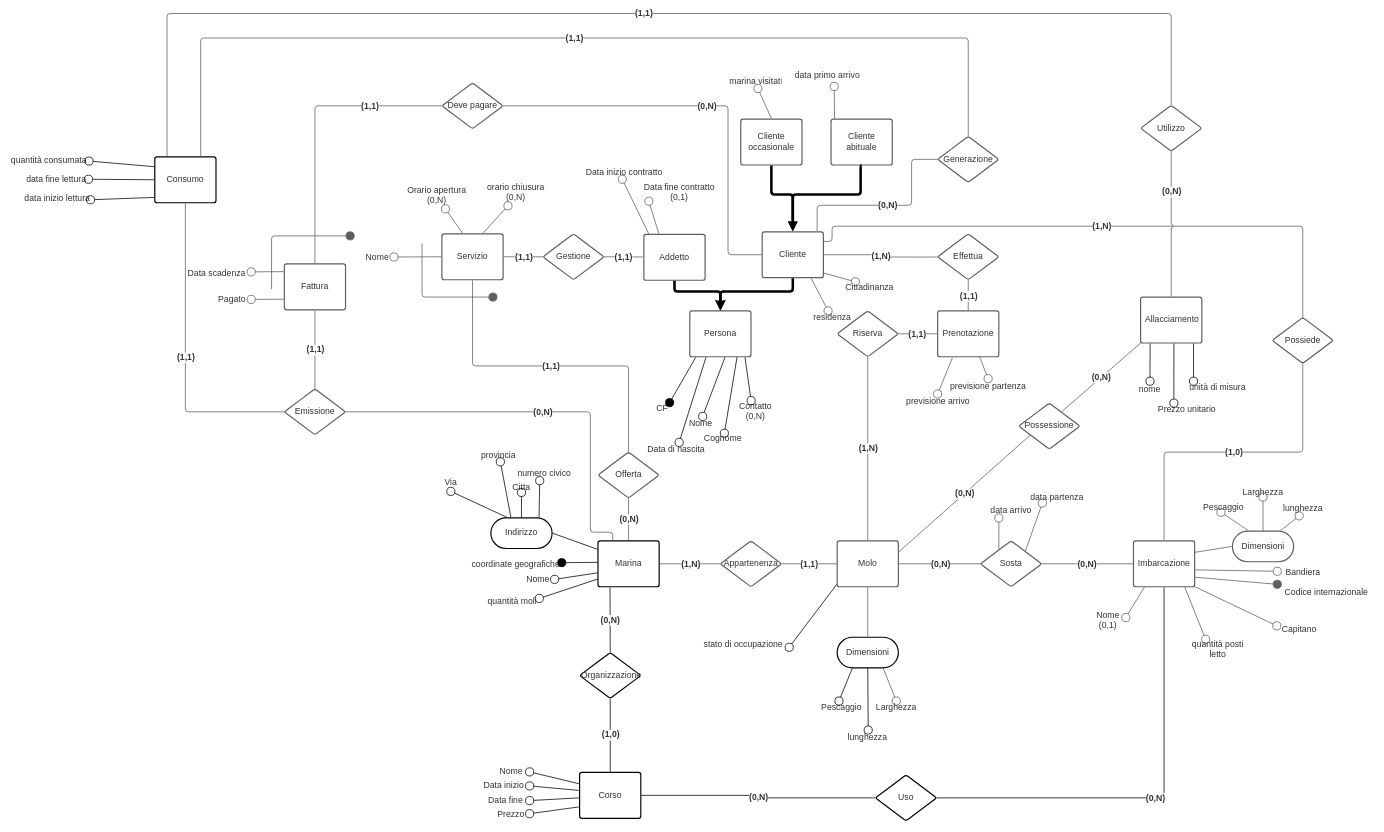
The draw.io diagram page "Concettuale" (1 of 3) of src_relazione_tex/Er.drawio in alessandro-massarenti/Progetto-basi-di-dati-2022, before the edit. Source tidied: cells renumbered, new cells numbered last; positions are measured from the earlier drawing's top-left corner, leaving out a move shared by most shapes. Both pictures are drawn from the tidied source at 51%, with x=0, y=0 at pixel (9, 13).
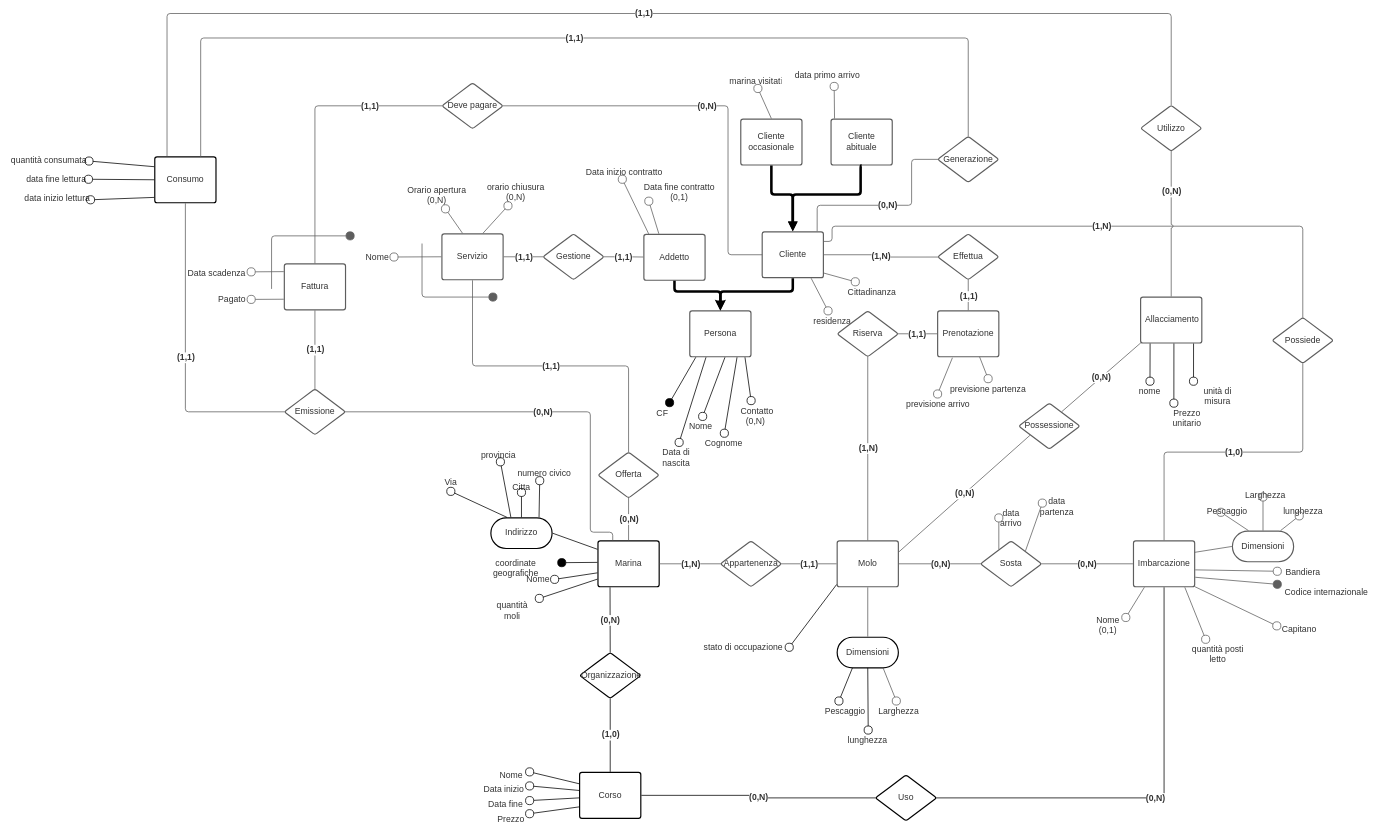
The same page after the edit.

Commit message:
Riordinato il diagramma concettuale #13

Change to the diagram source:
```diff
@@
-    <mxCell id="4" value="Codice internazionale" style="html=1;overflow=block;blockSpacing=1;whiteSpace=wrap;fontSize=17;fontColor=#333333;spacing=10;fillColor=#ffffff;strokeWidth=1.5;strokeColor=none;verticalAlign=middle;" parent="1" vertex="1">
+    <mxCell id="4" value="Codice internazionale" style="html=1;overflow=block;blockSpacing=1;whiteSpace=wrap;fontSize=17;fontColor=#333333;spacing=10;fillColor=none;strokeWidth=1.5;strokeColor=none;verticalAlign=middle;" parent="1" vertex="1">
       <mxGeometry x="2487" y="1114" width="193" height="27" as="geometry" />
     </mxCell>
-    <mxCell id="5" value="previsione partenza" style="html=1;overflow=block;blockSpacing=1;whiteSpace=wrap;fontSize=17;fontColor=#333333;spacing=0;fillColor=#ffffff;strokeWidth=1.5;strokeColor=none;" parent="1" vertex="1">
+    <mxCell id="5" value="previsione partenza" style="html=1;overflow=block;blockSpacing=1;whiteSpace=wrap;fontSize=17;fontColor=#333333;spacing=10;fillColor=none;strokeWidth=1.5;strokeColor=none;" parent="1" vertex="1">
       <mxGeometry x="1830" y="716" width="180" height="30" as="geometry" />
     </mxCell>
@@
-    <mxCell id="7" value="Nome" style="html=1;overflow=block;blockSpacing=1;whiteSpace=wrap;fontSize=17;fontColor=#333333;spacing=0;fillColor=#ffffff;strokeWidth=1.5;strokeColor=none;" parent="1" vertex="1">
+    <mxCell id="7" value="Nome" style="html=1;overflow=block;blockSpacing=1;whiteSpace=wrap;fontSize=17;fontColor=#333333;spacing=10;fillColor=none;strokeWidth=1.5;strokeColor=none;" parent="1" vertex="1">
       <mxGeometry x="1005" y="1087" width="65" height="45" as="geometry" />
     </mxCell>
-    <mxCell id="8" value="Data fine" style="html=1;overflow=block;blockSpacing=1;whiteSpace=wrap;fontSize=17;fontColor=#333333;spacing=0;fillColor=#ffffff;strokeWidth=1.5;strokeColor=none;" parent="1" vertex="1">
+    <mxCell id="8" value="Data fine" style="html=1;overflow=block;blockSpacing=1;whiteSpace=wrap;fontSize=17;fontColor=#333333;spacing=10;fillColor=none;strokeWidth=1.5;strokeColor=none;" parent="1" vertex="1">
       <mxGeometry x="927" y="1530" width="94" height="26" as="geometry" />
     </mxCell>
@@
-    <mxCell id="10" value="Contatto&#10;(0,N)" style="html=1;overflow=block;blockSpacing=1;whiteSpace=wrap;fontSize=17;fontColor=#333333;spacing=0;fillColor=#ffffff;strokeWidth=1.5;strokeColor=none;" parent="1" vertex="1">
+    <mxCell id="10" value="Contatto&#10;(0,N)" style="html=1;overflow=block;blockSpacing=1;whiteSpace=wrap;fontSize=17;fontColor=#333333;spacing=10;fillColor=none;strokeWidth=1.5;strokeColor=none;" parent="1" vertex="1">
       <mxGeometry x="1425" y="759" width="78" height="25" as="geometry" />
     </mxCell>
-    <mxCell id="11" value="Capitano" style="html=1;overflow=block;blockSpacing=1;whiteSpace=wrap;fontSize=17;fontColor=#333333;spacing=10;fillColor=#ffffff;strokeWidth=1.5;strokeColor=none;" parent="1" vertex="1">
+    <mxCell id="11" value="Capitano" style="html=1;overflow=block;blockSpacing=1;whiteSpace=wrap;fontSize=17;fontColor=#333333;spacing=10;fillColor=none;strokeWidth=1.5;strokeColor=none;" parent="1" vertex="1">
       <mxGeometry x="2486" y="1188" width="76" height="27" as="geometry" />
     </mxCell>
-    <mxCell id="12" value="Prezzo" style="html=1;overflow=block;blockSpacing=1;whiteSpace=wrap;fontSize=17;fontColor=#333333;spacing=0;fillColor=#ffffff;strokeWidth=1.5;strokeColor=none;" parent="1" vertex="1">
+    <mxCell id="12" value="Prezzo" style="html=1;overflow=block;blockSpacing=1;whiteSpace=wrap;fontSize=17;fontColor=#333333;spacing=10;fillColor=none;strokeWidth=1.5;strokeColor=none;" parent="1" vertex="1">
       <mxGeometry x="948" y="1560" width="73" height="18" as="geometry" />
     </mxCell>
-    <mxCell id="13" value="Cognome" style="html=1;overflow=block;blockSpacing=1;whiteSpace=wrap;fontSize=17;fontColor=#333333;spacing=0;fillColor=#ffffff;strokeWidth=1.5;strokeColor=none;" parent="1" vertex="1">
+    <mxCell id="13" value="Cognome" style="html=1;overflow=block;blockSpacing=1;whiteSpace=wrap;fontSize=17;fontColor=#333333;spacing=10;fillColor=none;strokeWidth=1.5;strokeColor=none;" parent="1" vertex="1">
       <mxGeometry x="1355" y="823" width="90" height="22" as="geometry" />
     </mxCell>
-    <mxCell id="14" value="nome" style="html=1;overflow=block;blockSpacing=1;whiteSpace=wrap;fontSize=17;fontColor=#333333;spacing=0;fillColor=#ffffff;strokeWidth=1.5;strokeColor=none;" parent="1" vertex="1">
+    <mxCell id="14" value="nome" style="html=1;overflow=block;blockSpacing=1;whiteSpace=wrap;fontSize=17;fontColor=#333333;spacing=10;fillColor=none;strokeWidth=1.5;strokeColor=none;" parent="1" vertex="1">
       <mxGeometry x="2205" y="721" width="64" height="31" as="geometry" />
     </mxCell>
-    <mxCell id="15" value="data arrivo" style="html=1;overflow=block;blockSpacing=1;whiteSpace=wrap;fontSize=17;fontColor=#333333;spacing=0;fillColor=#ffffff;strokeWidth=1.5;strokeColor=none;" parent="1" vertex="1">
+    <mxCell id="15" value="data arrivo" style="html=1;overflow=block;blockSpacing=1;whiteSpace=wrap;fontSize=17;fontColor=#333333;spacing=10;fillColor=none;strokeWidth=1.5;strokeColor=none;" parent="1" vertex="1">
       <mxGeometry x="1920" y="959" width="90" height="30" as="geometry" />
     </mxCell>
-    <mxCell id="16" value="coordinate geografiche" style="html=1;overflow=block;blockSpacing=1;whiteSpace=wrap;fontSize=17;fontColor=#333333;spacing=0;fillColor=#ffffff;strokeWidth=1.5;strokeColor=none;" parent="1" vertex="1">
+    <mxCell id="16" value="coordinate geografiche" style="html=1;overflow=block;blockSpacing=1;whiteSpace=wrap;fontSize=17;fontColor=#333333;spacing=10;fillColor=none;strokeWidth=1.5;strokeColor=none;" parent="1" vertex="1">
       <mxGeometry x="904" y="1057" width="180" height="45" as="geometry" />
     </mxCell>
@@
-    <mxCell id="19" value="quantità posti letto" style="html=1;overflow=block;blockSpacing=1;whiteSpace=wrap;fontSize=17;fontColor=#333333;spacing=0;fillColor=#ffffff;strokeWidth=1.5;strokeColor=none;" parent="1" vertex="1">
+    <mxCell id="19" value="quantità posti letto" style="html=1;overflow=block;blockSpacing=1;whiteSpace=wrap;fontSize=17;fontColor=#333333;spacing=10;fillColor=none;strokeWidth=1.5;strokeColor=none;" parent="1" vertex="1">
       <mxGeometry x="2302" y="1227" width="137" height="22" as="geometry" />
     </mxCell>
-    <mxCell id="20" value="unità di misura" style="html=1;overflow=block;blockSpacing=1;whiteSpace=wrap;fontSize=17;fontColor=#333333;spacing=0;fillColor=#ffffff;strokeWidth=1.5;strokeColor=none;" parent="1" vertex="1">
+    <mxCell id="20" value="unità di misura" style="html=1;overflow=block;blockSpacing=1;whiteSpace=wrap;fontSize=17;fontColor=#333333;spacing=10;fillColor=none;strokeWidth=1.5;strokeColor=none;" parent="1" vertex="1">
       <mxGeometry x="2310" y="721" width="120" height="25" as="geometry" />
     </mxCell>
-    <mxCell id="21" value="CF" style="html=1;overflow=block;blockSpacing=1;whiteSpace=wrap;fontSize=17;fontColor=#333333;spacing=0;fillColor=#ffffff;strokeWidth=1.5;strokeColor=none;" parent="1" vertex="1">
+    <mxCell id="21" value="CF" style="html=1;overflow=block;blockSpacing=1;whiteSpace=wrap;fontSize=17;fontColor=#333333;spacing=10;fillColor=none;strokeWidth=1.5;strokeColor=none;" parent="1" vertex="1">
       <mxGeometry x="1260" y="763" width="42" height="22" as="geometry" />
     </mxCell>
-    <mxCell id="22" value="Prezzo unitario" style="html=1;overflow=block;blockSpacing=1;whiteSpace=wrap;fontSize=17;fontColor=#333333;spacing=0;fillColor=#ffffff;strokeWidth=1.5;strokeColor=none;" parent="1" vertex="1">
+    <mxCell id="22" value="Prezzo unitario" style="html=1;overflow=block;blockSpacing=1;whiteSpace=wrap;fontSize=17;fontColor=#333333;spacing=10;fillColor=none;strokeWidth=1.5;strokeColor=none;" parent="1" vertex="1">
       <mxGeometry x="2250" y="764" width="120" height="25" as="geometry" />
     </mxCell>
-    <mxCell id="23" value="previsione arrivo" style="html=1;overflow=block;blockSpacing=1;whiteSpace=wrap;fontSize=17;fontColor=#333333;spacing=0;fillColor=#ffffff;strokeWidth=1.5;strokeColor=none;" parent="1" vertex="1">
+    <mxCell id="23" value="previsione arrivo" style="html=1;overflow=block;blockSpacing=1;whiteSpace=wrap;fontSize=17;fontColor=#333333;spacing=10;fillColor=none;strokeWidth=1.5;strokeColor=none;" parent="1" vertex="1">
       <mxGeometry x="1732" y="746" width="180" height="30" as="geometry" />
     </mxCell>
-    <mxCell id="24" value="quantità moli" style="html=1;overflow=block;blockSpacing=1;whiteSpace=wrap;fontSize=17;fontColor=#333333;spacing=0;fillColor=#ffffff;strokeWidth=1.5;strokeColor=none;" parent="1" vertex="1">
+    <mxCell id="24" value="quantità moli" style="html=1;overflow=block;blockSpacing=1;whiteSpace=wrap;fontSize=17;fontColor=#333333;spacing=10;fillColor=none;strokeWidth=1.5;strokeColor=none;" parent="1" vertex="1">
       <mxGeometry x="934" y="1141" width="106" height="24" as="geometry" />
     </mxCell>
@@
-    <mxCell id="26" value="Bandiera" style="html=1;overflow=block;blockSpacing=1;whiteSpace=wrap;fontSize=17;fontColor=#333333;spacing=10;fillColor=#ffffff;strokeWidth=1.5;strokeColor=none;" parent="1" vertex="1">
+    <mxCell id="26" value="Bandiera" style="html=1;overflow=block;blockSpacing=1;whiteSpace=wrap;fontSize=17;fontColor=#333333;spacing=10;fillColor=none;strokeWidth=1.5;strokeColor=none;" parent="1" vertex="1">
       <mxGeometry x="2487" y="1075" width="101" height="39" as="geometry" />
     </mxCell>
@@
-    <mxCell id="28" value="stato di occupazione" style="html=1;overflow=block;blockSpacing=1;whiteSpace=wrap;fontSize=17;fontColor=#333333;spacing=0;fillColor=#ffffff;strokeWidth=1.5;strokeColor=none;" parent="1" vertex="1">
+    <mxCell id="28" value="stato di occupazione" style="html=1;overflow=block;blockSpacing=1;whiteSpace=wrap;fontSize=17;fontColor=#333333;spacing=10;fillColor=none;strokeWidth=1.5;strokeColor=none;" parent="1" vertex="1">
       <mxGeometry x="1350" y="1223" width="180" height="30" as="geometry" />
     </mxCell>
-    <mxCell id="29" value="Data inizio" style="html=1;overflow=block;blockSpacing=1;whiteSpace=wrap;fontSize=17;fontColor=#333333;spacing=0;fillColor=#ffffff;strokeWidth=1.5;strokeColor=none;" parent="1" vertex="1">
+    <mxCell id="29" value="Data inizio" style="html=1;overflow=block;blockSpacing=1;whiteSpace=wrap;fontSize=17;fontColor=#333333;spacing=10;fillColor=none;strokeWidth=1.5;strokeColor=none;" parent="1" vertex="1">
       <mxGeometry x="920" y="1500" width="101" height="29" as="geometry" />
     </mxCell>
@@
-    <mxCell id="31" value="Nome" style="html=1;overflow=block;blockSpacing=1;whiteSpace=wrap;fontSize=17;fontColor=#333333;spacing=0;fillColor=#ffffff;strokeWidth=1.5;strokeColor=none;" parent="1" vertex="1">
+    <mxCell id="31" value="Nome" style="html=1;overflow=block;blockSpacing=1;whiteSpace=wrap;fontSize=17;fontColor=#333333;spacing=10;fillColor=none;strokeWidth=1.5;strokeColor=none;" parent="1" vertex="1">
       <mxGeometry x="949" y="1474" width="72" height="26" as="geometry" />
     </mxCell>
@@
-    <mxCell id="33" value="Nome" style="html=1;overflow=block;blockSpacing=1;whiteSpace=wrap;fontSize=17;fontColor=#333333;spacing=0;fillColor=#ffffff;strokeWidth=1.5;strokeColor=none;" parent="1" vertex="1">
+    <mxCell id="33" value="Nome" style="html=1;overflow=block;blockSpacing=1;whiteSpace=wrap;fontSize=17;fontColor=#333333;spacing=10;fillColor=none;strokeWidth=1.5;strokeColor=none;" parent="1" vertex="1">
       <mxGeometry x="1324" y="790" width="65" height="27" as="geometry" />
     </mxCell>
-    <mxCell id="34" value="Nome&#10;(0,1)" style="html=1;overflow=block;blockSpacing=1;whiteSpace=wrap;fontSize=17;fontColor=#333333;spacing=0;fillColor=#ffffff;strokeWidth=1.5;strokeColor=none;" parent="1" vertex="1">
+    <mxCell id="34" value="Nome&#10;(0,1)" style="html=1;overflow=block;blockSpacing=1;whiteSpace=wrap;fontSize=17;fontColor=#333333;spacing=10;fillColor=none;strokeWidth=1.5;strokeColor=none;" parent="1" vertex="1">
       <mxGeometry x="2120" y="1169" width="70" height="40" as="geometry" />
     </mxCell>
-    <mxCell id="35" value="Data di nascita" style="html=1;overflow=block;blockSpacing=1;whiteSpace=wrap;fontSize=17;fontColor=#333333;spacing=0;fillColor=#ffffff;strokeWidth=1.5;strokeColor=none;" parent="1" vertex="1">
+    <mxCell id="35" value="Data di nascita" style="html=1;overflow=block;blockSpacing=1;whiteSpace=wrap;fontSize=17;fontColor=#333333;spacing=10;fillColor=none;strokeWidth=1.5;strokeColor=none;" parent="1" vertex="1">
       <mxGeometry x="1247" y="841" width="123" height="30" as="geometry" />
     </mxCell>
-    <mxCell id="36" value="data partenza" style="html=1;overflow=block;blockSpacing=1;whiteSpace=wrap;fontSize=17;fontColor=#333333;spacing=0;fillColor=#ffffff;strokeWidth=1.5;strokeColor=none;" parent="1" vertex="1">
+    <mxCell id="36" value="data partenza" style="html=1;overflow=block;blockSpacing=1;whiteSpace=wrap;fontSize=17;fontColor=#333333;spacing=10;fillColor=none;strokeWidth=1.5;strokeColor=none;" parent="1" vertex="1">
       <mxGeometry x="1995" y="937" width="120" height="23" as="geometry" />
     </mxCell>
@@
-    <mxCell id="38" value="Cittadinanza" style="html=1;overflow=block;blockSpacing=1;whiteSpace=wrap;fontSize=17;fontColor=#333333;spacing=0;fillColor=#ffffff;strokeWidth=1.5;strokeColor=none;" parent="1" vertex="1">
+    <mxCell id="38" value="Cittadinanza" style="html=1;overflow=block;blockSpacing=1;whiteSpace=wrap;fontSize=17;fontColor=#333333;spacing=10;fillColor=none;strokeWidth=1.5;strokeColor=none;" parent="1" vertex="1">
       <mxGeometry x="1635" y="526" width="105" height="21" as="geometry" />
     </mxCell>
-    <mxCell id="39" value="residenza" style="html=1;overflow=block;blockSpacing=1;whiteSpace=wrap;fontSize=17;fontColor=#333333;spacing=0;fillColor=#ffffff;strokeWidth=1.5;strokeColor=none;" parent="1" vertex="1">
+    <mxCell id="39" value="residenza" style="html=1;overflow=block;blockSpacing=1;whiteSpace=wrap;fontSize=17;fontColor=#333333;spacing=10;fillColor=none;strokeWidth=1.5;strokeColor=none;" parent="1" vertex="1">
       <mxGeometry x="1564" y="583" width="101" height="26" as="geometry" />
     </mxCell>
-    <mxCell id="40" value="lunghezza" style="html=1;overflow=block;blockSpacing=1;whiteSpace=wrap;fontSize=17;fontColor=#333333;spacing=0;fillColor=#ffffff;strokeWidth=1.5;strokeColor=none;" parent="1" vertex="1">
+    <mxCell id="40" value="lunghezza" style="html=1;overflow=block;blockSpacing=1;whiteSpace=wrap;fontSize=17;fontColor=#333333;spacing=10;fillColor=none;strokeWidth=1.5;strokeColor=none;" parent="1" vertex="1">
       <mxGeometry x="1635" y="1405" width="97" height="29" as="geometry" />
     </mxCell>
@@
-    <mxCell id="56" value="Pescaggio" style="html=1;overflow=block;blockSpacing=1;whiteSpace=wrap;fontSize=17;fontColor=#333333;spacing=3.8;strokeOpacity=0;fillOpacity=0;rounded=1;absoluteArcSize=1;arcSize=9;fillColor=#ffffff;strokeWidth=2.3;" parent="1" vertex="1">
+    <mxCell id="56" value="Pescaggio" style="html=1;overflow=block;blockSpacing=1;whiteSpace=wrap;fontSize=17;fontColor=#333333;spacing=10;strokeOpacity=0;fillOpacity=0;rounded=1;absoluteArcSize=1;arcSize=9;fillColor=none;strokeWidth=2.3;" parent="1" vertex="1">
       <mxGeometry x="1590" y="1348" width="75" height="23" as="geometry" />
     </mxCell>
-    <mxCell id="57" value="Larghezza" style="html=1;overflow=block;blockSpacing=1;whiteSpace=wrap;fontSize=17;fontColor=#333333;spacing=3.8;strokeOpacity=0;fillOpacity=0;rounded=1;absoluteArcSize=1;arcSize=9;fillColor=#ffffff;strokeWidth=2.3;" parent="1" vertex="1">
+    <mxCell id="57" value="Larghezza" style="html=1;overflow=block;blockSpacing=1;whiteSpace=wrap;fontSize=17;fontColor=#333333;spacing=10;strokeOpacity=0;fillOpacity=0;rounded=1;absoluteArcSize=1;arcSize=9;fillColor=none;strokeWidth=2.3;" parent="1" vertex="1">
       <mxGeometry x="1695" y="1348" width="90" height="23" as="geometry" />
     </mxCell>
@@
-    <mxCell id="72" value="lunghezza" style="html=1;overflow=block;blockSpacing=1;whiteSpace=wrap;fontSize=17;fontColor=#333333;spacing=0;fillColor=#ffffff;strokeWidth=1.5;strokeColor=none;" parent="1" vertex="1">
+    <mxCell id="72" value="lunghezza" style="html=1;overflow=block;blockSpacing=1;whiteSpace=wrap;fontSize=17;fontColor=#333333;spacing=10;fillColor=none;strokeWidth=1.5;strokeColor=none;" parent="1" vertex="1">
       <mxGeometry x="2489" y="956" width="97" height="29" as="geometry" />
     </mxCell>
@@
-    <mxCell id="75" value="Pescaggio" style="html=1;overflow=block;blockSpacing=1;whiteSpace=wrap;fontSize=17;fontColor=#333333;spacing=3.8;strokeOpacity=0;fillOpacity=0;rounded=1;absoluteArcSize=1;arcSize=9;fillColor=#ffffff;strokeWidth=2.3;" parent="1" vertex="1">
+    <mxCell id="75" value="Pescaggio" style="html=1;overflow=block;blockSpacing=1;whiteSpace=wrap;fontSize=17;fontColor=#333333;spacing=10;strokeOpacity=0;fillOpacity=0;rounded=1;absoluteArcSize=1;arcSize=9;fillColor=none;strokeWidth=2.3;" parent="1" vertex="1">
       <mxGeometry x="2339" y="955" width="75" height="23" as="geometry" />
     </mxCell>
-    <mxCell id="76" value="Larghezza" style="html=1;overflow=block;blockSpacing=1;whiteSpace=wrap;fontSize=17;fontColor=#333333;spacing=3.8;strokeOpacity=0;fillOpacity=0;rounded=1;absoluteArcSize=1;arcSize=9;fillColor=#ffffff;strokeWidth=2.3;" parent="1" vertex="1">
+    <mxCell id="76" value="Larghezza" style="html=1;overflow=block;blockSpacing=1;whiteSpace=wrap;fontSize=17;fontColor=#333333;spacing=10;strokeOpacity=0;fillOpacity=0;rounded=1;absoluteArcSize=1;arcSize=9;fillColor=none;strokeWidth=2.3;" parent="1" vertex="1">
       <mxGeometry x="2414" y="925" width="90" height="23" as="geometry" />
     </mxCell>
```
